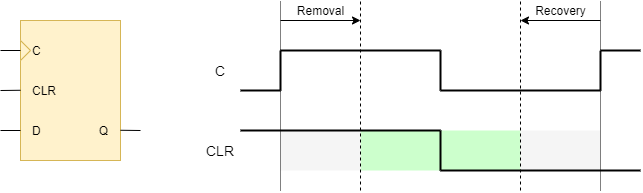
Earlier version of the draw.io export docs/fpga-async-rst/fpga-async-timing.drawio.png (kele14x/kele14x.github.io). Source tidied: cells renumbered, new cells last; positions are measured from the earlier drawing's top-left corner, leaving out a move shared by most shapes.
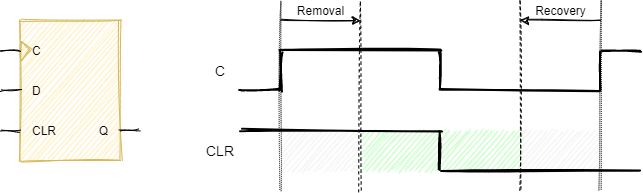
Later version of the same file.

What changed in the source:
```diff
@@ -2,63 +2,63 @@
   <root>
     <mxCell id="0" />
     <mxCell id="1" parent="0" />
-    <mxCell id="2" style="rounded=0;whiteSpace=wrap;html=1;fontSize=12;align=right;fontColor=#333333;strokeColor=none;fillColor=#CCFFCC;" parent="1" vertex="1">
+    <mxCell id="2" style="rounded=0;whiteSpace=wrap;html=1;fontSize=12;align=right;fontColor=#333333;strokeColor=none;fillColor=#CCFFCC;sketch=1;" parent="1" vertex="1">
       <mxGeometry x="360" y="130" width="160" height="40" as="geometry" />
     </mxCell>
-    <mxCell id="3" style="rounded=0;whiteSpace=wrap;html=1;fontSize=12;align=right;fillColor=#f5f5f5;fontColor=#333333;strokeColor=none;" parent="1" vertex="1">
+    <mxCell id="3" style="rounded=0;whiteSpace=wrap;html=1;fontSize=12;align=right;fillColor=#f5f5f5;fontColor=#333333;strokeColor=none;sketch=1;" parent="1" vertex="1">
       <mxGeometry x="520" y="130" width="80" height="40" as="geometry" />
     </mxCell>
-    <mxCell id="4" style="rounded=0;whiteSpace=wrap;html=1;fontSize=12;align=right;fillColor=#f5f5f5;fontColor=#333333;strokeColor=none;" parent="1" vertex="1">
+    <mxCell id="4" style="rounded=0;whiteSpace=wrap;html=1;fontSize=12;align=right;fillColor=#f5f5f5;fontColor=#333333;strokeColor=none;sketch=1;" parent="1" vertex="1">
       <mxGeometry x="280" y="130" width="80" height="40" as="geometry" />
     </mxCell>
-    <mxCell id="5" style="endArrow=none;dashed=1;html=1;fontSize=14;dashPattern=1 1;" parent="1" edge="1">
+    <mxCell id="5" style="endArrow=none;dashed=1;html=1;fontSize=14;dashPattern=1 1;sketch=1;" parent="1" edge="1">
       <mxGeometry relative="1" as="geometry">
         <mxPoint x="280" y="190" as="sourcePoint" />
         <mxPoint x="280" as="targetPoint" />
       </mxGeometry>
     </mxCell>
-    <mxCell id="6" style="endArrow=none;dashed=1;html=1;fontSize=14;dashPattern=1 1;" parent="1" edge="1">
+    <mxCell id="6" style="endArrow=none;dashed=1;html=1;fontSize=14;dashPattern=1 1;sketch=1;" parent="1" edge="1">
       <mxGeometry relative="1" as="geometry">
         <mxPoint x="600" y="190" as="sourcePoint" />
         <mxPoint x="600" as="targetPoint" />
       </mxGeometry>
     </mxCell>
-    <mxCell id="7" style="rounded=0;whiteSpace=wrap;html=1;fontSize=12;fillColor=#fff2cc;strokeColor=#d6b656;" parent="1" vertex="1">
+    <mxCell id="7" style="rounded=0;whiteSpace=wrap;html=1;fontSize=12;fillColor=#fff2cc;strokeColor=#d6b656;sketch=1;" parent="1" vertex="1">
       <mxGeometry x="20" y="20" width="100" height="140" as="geometry" />
     </mxCell>
-    <mxCell id="8" style="triangle;whiteSpace=wrap;html=1;fontSize=12;fillColor=#fff2cc;strokeColor=#d6b656;" parent="1" vertex="1">
+    <mxCell id="8" style="triangle;whiteSpace=wrap;html=1;fontSize=12;fillColor=#fff2cc;strokeColor=#d6b656;sketch=1;" parent="1" vertex="1">
       <mxGeometry x="20" y="40" width="10" height="20" as="geometry" />
     </mxCell>
-    <mxCell id="9" value="C" style="text;html=1;strokeColor=none;fillColor=none;align=left;verticalAlign=middle;whiteSpace=wrap;rounded=0;fontSize=12;" parent="1" vertex="1">
+    <mxCell id="9" value="C" style="text;html=1;strokeColor=none;fillColor=none;align=left;verticalAlign=middle;whiteSpace=wrap;rounded=0;fontSize=12;sketch=1;" parent="1" vertex="1">
       <mxGeometry x="30" y="40" width="20" height="20" as="geometry" />
     </mxCell>
-    <mxCell id="10" style="endArrow=none;html=1;entryX=0;entryY=0.5;entryDx=0;entryDy=0;fontSize=12;" parent="1" edge="1" target="8">
+    <mxCell id="10" style="endArrow=none;html=1;entryX=0;entryY=0.5;entryDx=0;entryDy=0;fontSize=12;sketch=1;" parent="1" edge="1" target="8">
       <mxGeometry relative="1" as="geometry">
         <mxPoint y="50" as="sourcePoint" />
       </mxGeometry>
     </mxCell>
-    <mxCell id="11" style="endArrow=none;html=1;entryX=0;entryY=0.5;entryDx=0;entryDy=0;fontSize=12;" parent="1" edge="1">
+    <mxCell id="11" style="endArrow=none;html=1;entryX=0;entryY=0.5;entryDx=0;entryDy=0;fontSize=12;sketch=1;" parent="1" edge="1">
       <mxGeometry relative="1" as="geometry">
         <mxPoint y="130" as="sourcePoint" />
         <mxPoint x="20" y="130" as="targetPoint" />
       </mxGeometry>
     </mxCell>
-    <mxCell id="12" value="CLR" style="text;html=1;strokeColor=none;fillColor=none;align=left;verticalAlign=middle;whiteSpace=wrap;rounded=0;fontSize=12;" parent="1" vertex="1">
+    <mxCell id="12" value="D" style="text;html=1;strokeColor=none;fillColor=none;align=left;verticalAlign=middle;whiteSpace=wrap;rounded=0;fontSize=12;sketch=1;" parent="1" vertex="1">
       <mxGeometry x="30" y="80" width="20" height="20" as="geometry" />
     </mxCell>
-    <mxCell id="13" value="D" style="text;html=1;strokeColor=none;fillColor=none;align=left;verticalAlign=middle;whiteSpace=wrap;rounded=0;fontSize=12;" parent="1" vertex="1">
+    <mxCell id="13" value="CLR" style="text;html=1;strokeColor=none;fillColor=none;align=left;verticalAlign=middle;whiteSpace=wrap;rounded=0;fontSize=12;sketch=1;" parent="1" vertex="1">
       <mxGeometry x="30" y="120" width="20" height="20" as="geometry" />
     </mxCell>
-    <mxCell id="14" style="endArrow=none;html=1;entryX=0;entryY=0.5;entryDx=0;entryDy=0;fontSize=12;" parent="1" edge="1">
+    <mxCell id="14" style="endArrow=none;html=1;entryX=0;entryY=0.5;entryDx=0;entryDy=0;fontSize=12;sketch=1;" parent="1" edge="1">
       <mxGeometry relative="1" as="geometry">
         <mxPoint y="90" as="sourcePoint" />
         <mxPoint x="20" y="89.8" as="targetPoint" />
       </mxGeometry>
     </mxCell>
-    <mxCell id="15" value="Q" style="text;html=1;strokeColor=none;fillColor=none;align=right;verticalAlign=middle;whiteSpace=wrap;rounded=0;fontSize=12;" parent="1" vertex="1">
+    <mxCell id="15" value="Q" style="text;html=1;strokeColor=none;fillColor=none;align=right;verticalAlign=middle;whiteSpace=wrap;rounded=0;fontSize=12;sketch=1;" parent="1" vertex="1">
       <mxGeometry x="90" y="120" width="20" height="20" as="geometry" />
     </mxCell>
-    <mxCell id="16" style="endArrow=none;html=1;fontSize=12;" parent="1" edge="1">
+    <mxCell id="16" style="endArrow=none;html=1;fontSize=12;sketch=1;" parent="1" edge="1">
       <mxGeometry relative="1" as="geometry">
         <mxPoint x="120" y="129.8" as="sourcePoint" />
         <mxPoint x="140" y="130" as="targetPoint" />
@@ -67,90 +67,90 @@
         </Array>
       </mxGeometry>
     </mxCell>
-    <mxCell id="17" value="C" style="text;html=1;strokeColor=none;fillColor=none;align=center;verticalAlign=middle;whiteSpace=wrap;rounded=0;fontSize=14;" parent="1" vertex="1">
+    <mxCell id="17" value="C" style="text;html=1;strokeColor=none;fillColor=none;align=center;verticalAlign=middle;whiteSpace=wrap;rounded=0;fontSize=14;sketch=1;" parent="1" vertex="1">
       <mxGeometry x="200" y="50" width="40" height="40" as="geometry" />
     </mxCell>
-    <mxCell id="18" value="CLR" style="text;html=1;strokeColor=none;fillColor=none;align=center;verticalAlign=middle;whiteSpace=wrap;rounded=0;fontSize=14;" parent="1" vertex="1">
+    <mxCell id="18" value="CLR" style="text;html=1;strokeColor=none;fillColor=none;align=center;verticalAlign=middle;whiteSpace=wrap;rounded=0;fontSize=14;sketch=1;" parent="1" vertex="1">
       <mxGeometry x="200" y="130" width="40" height="40" as="geometry" />
     </mxCell>
-    <mxCell id="19" style="endArrow=none;html=1;fontSize=14;strokeWidth=2;" parent="1" edge="1">
+    <mxCell id="19" style="endArrow=none;html=1;fontSize=14;strokeWidth=2;sketch=1;" parent="1" edge="1">
       <mxGeometry relative="1" as="geometry">
         <mxPoint x="240" y="90" as="sourcePoint" />
         <mxPoint x="280" y="90" as="targetPoint" />
       </mxGeometry>
     </mxCell>
-    <mxCell id="20" style="endArrow=none;html=1;fontSize=14;strokeWidth=2;" parent="1" edge="1">
+    <mxCell id="20" style="endArrow=none;html=1;fontSize=14;strokeWidth=2;sketch=1;" parent="1" edge="1">
       <mxGeometry relative="1" as="geometry">
         <mxPoint x="280" y="50" as="sourcePoint" />
         <mxPoint x="280" y="90" as="targetPoint" />
       </mxGeometry>
     </mxCell>
-    <mxCell id="21" style="endArrow=none;html=1;fontSize=14;strokeWidth=2;" parent="1" edge="1">
+    <mxCell id="21" style="endArrow=none;html=1;fontSize=14;strokeWidth=2;sketch=1;" parent="1" edge="1">
       <mxGeometry relative="1" as="geometry">
         <mxPoint x="280" y="50" as="sourcePoint" />
         <mxPoint x="440" y="50" as="targetPoint" />
       </mxGeometry>
     </mxCell>
-    <mxCell id="22" style="endArrow=none;html=1;fontSize=14;strokeWidth=2;" parent="1" edge="1">
+    <mxCell id="22" style="endArrow=none;html=1;fontSize=14;strokeWidth=2;sketch=1;" parent="1" edge="1">
       <mxGeometry relative="1" as="geometry">
         <mxPoint x="440" y="90" as="sourcePoint" />
         <mxPoint x="600" y="90" as="targetPoint" />
       </mxGeometry>
     </mxCell>
-    <mxCell id="23" style="endArrow=none;html=1;fontSize=14;strokeWidth=2;" parent="1" edge="1">
+    <mxCell id="23" style="endArrow=none;html=1;fontSize=14;strokeWidth=2;sketch=1;" parent="1" edge="1">
       <mxGeometry relative="1" as="geometry">
         <mxPoint x="440" y="50" as="sourcePoint" />
         <mxPoint x="440" y="90" as="targetPoint" />
       </mxGeometry>
     </mxCell>
-    <mxCell id="24" style="endArrow=none;html=1;fontSize=14;strokeWidth=2;" parent="1" edge="1">
+    <mxCell id="24" style="endArrow=none;html=1;fontSize=14;strokeWidth=2;sketch=1;" parent="1" edge="1">
       <mxGeometry relative="1" as="geometry">
         <mxPoint x="600" y="50.2" as="sourcePoint" />
         <mxPoint x="600" y="90" as="targetPoint" />
       </mxGeometry>
     </mxCell>
-    <mxCell id="25" style="endArrow=none;html=1;fontSize=14;strokeWidth=2;" parent="1" edge="1">
+    <mxCell id="25" style="endArrow=none;html=1;fontSize=14;strokeWidth=2;sketch=1;" parent="1" edge="1">
       <mxGeometry relative="1" as="geometry">
         <mxPoint x="600" y="50" as="sourcePoint" />
         <mxPoint x="640" y="50" as="targetPoint" />
       </mxGeometry>
     </mxCell>
-    <mxCell id="26" style="endArrow=none;html=1;fontSize=14;exitX=1;exitY=0;exitDx=0;exitDy=0;strokeWidth=2;" parent="1" edge="1" source="18">
+    <mxCell id="26" style="endArrow=none;html=1;fontSize=14;exitX=1;exitY=0;exitDx=0;exitDy=0;strokeWidth=2;sketch=1;" parent="1" edge="1" source="18">
       <mxGeometry relative="1" as="geometry">
         <mxPoint x="440" y="130" as="targetPoint" />
       </mxGeometry>
     </mxCell>
-    <mxCell id="27" style="endArrow=none;html=1;fontSize=14;strokeWidth=2;" parent="1" edge="1">
+    <mxCell id="27" style="endArrow=none;html=1;fontSize=14;strokeWidth=2;sketch=1;" parent="1" edge="1">
       <mxGeometry relative="1" as="geometry">
         <mxPoint x="440" y="130" as="sourcePoint" />
         <mxPoint x="440" y="170" as="targetPoint" />
       </mxGeometry>
     </mxCell>
-    <mxCell id="28" style="endArrow=none;html=1;fontSize=14;strokeWidth=2;" parent="1" edge="1">
+    <mxCell id="28" style="endArrow=none;html=1;fontSize=14;strokeWidth=2;sketch=1;" parent="1" edge="1">
       <mxGeometry relative="1" as="geometry">
         <mxPoint x="440" y="170" as="sourcePoint" />
         <mxPoint x="640" y="170" as="targetPoint" />
       </mxGeometry>
     </mxCell>
-    <mxCell id="29" style="endArrow=none;dashed=1;html=1;fontSize=14;" parent="1" edge="1">
+    <mxCell id="29" style="endArrow=none;dashed=1;html=1;fontSize=14;sketch=1;" parent="1" edge="1">
       <mxGeometry relative="1" as="geometry">
         <mxPoint x="520" y="190" as="sourcePoint" />
         <mxPoint x="520" as="targetPoint" />
       </mxGeometry>
     </mxCell>
-    <mxCell id="30" style="endArrow=none;dashed=1;html=1;fontSize=14;" parent="1" edge="1">
+    <mxCell id="30" style="endArrow=none;dashed=1;html=1;fontSize=14;sketch=1;" parent="1" edge="1">
       <mxGeometry relative="1" as="geometry">
         <mxPoint x="360" y="190" as="sourcePoint" />
         <mxPoint x="360" as="targetPoint" />
       </mxGeometry>
     </mxCell>
-    <mxCell id="31" value="Recovery" style="endArrow=classic;html=1;fontSize=12;" parent="1" edge="1">
+    <mxCell id="31" value="Recovery" style="endArrow=classic;html=1;fontSize=12;sketch=1;" parent="1" edge="1">
       <mxGeometry y="-10" relative="1" as="geometry">
         <mxPoint x="600" y="20" as="sourcePoint" />
         <mxPoint x="520" y="20" as="targetPoint" />
       </mxGeometry>
     </mxCell>
-    <mxCell id="32" value="Removal" style="endArrow=classic;html=1;fontSize=12;" parent="1" edge="1">
+    <mxCell id="32" value="Removal" style="endArrow=classic;html=1;fontSize=12;sketch=1;" parent="1" edge="1">
       <mxGeometry y="10" relative="1" as="geometry">
         <mxPoint x="280" y="20" as="sourcePoint" />
         <mxPoint x="360" y="20" as="targetPoint" />
```
